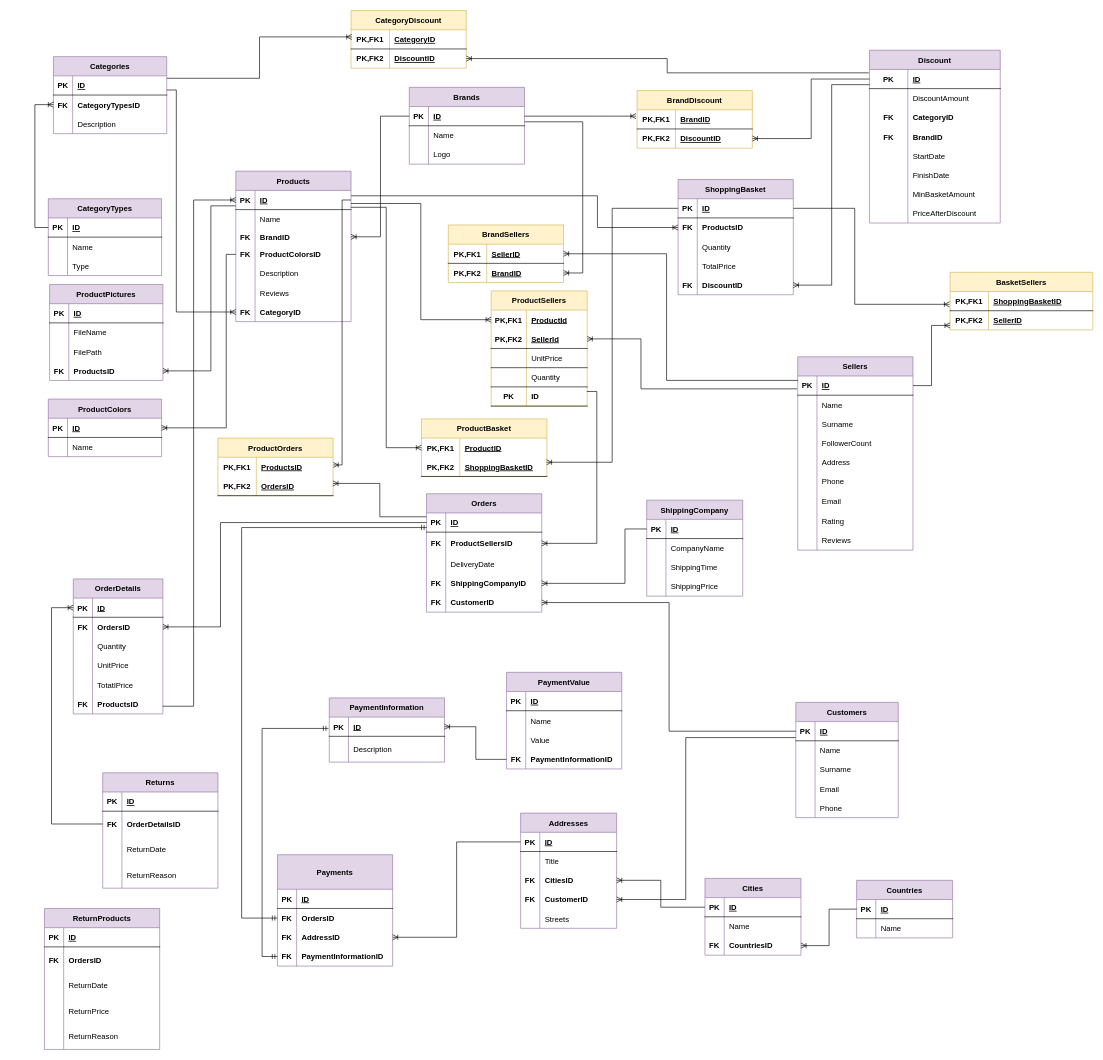
Earlier version of the draw.io diagram Son.drawio (HandeYetisen/Python). Source tidied: cells renumbered, new cells numbered last; positions are measured from the earlier drawing's top-left corner, leaving out a move shared by most shapes. Both pictures are drawn from the tidied source at 64%, with x=0, y=0 at pixel (35, 10).
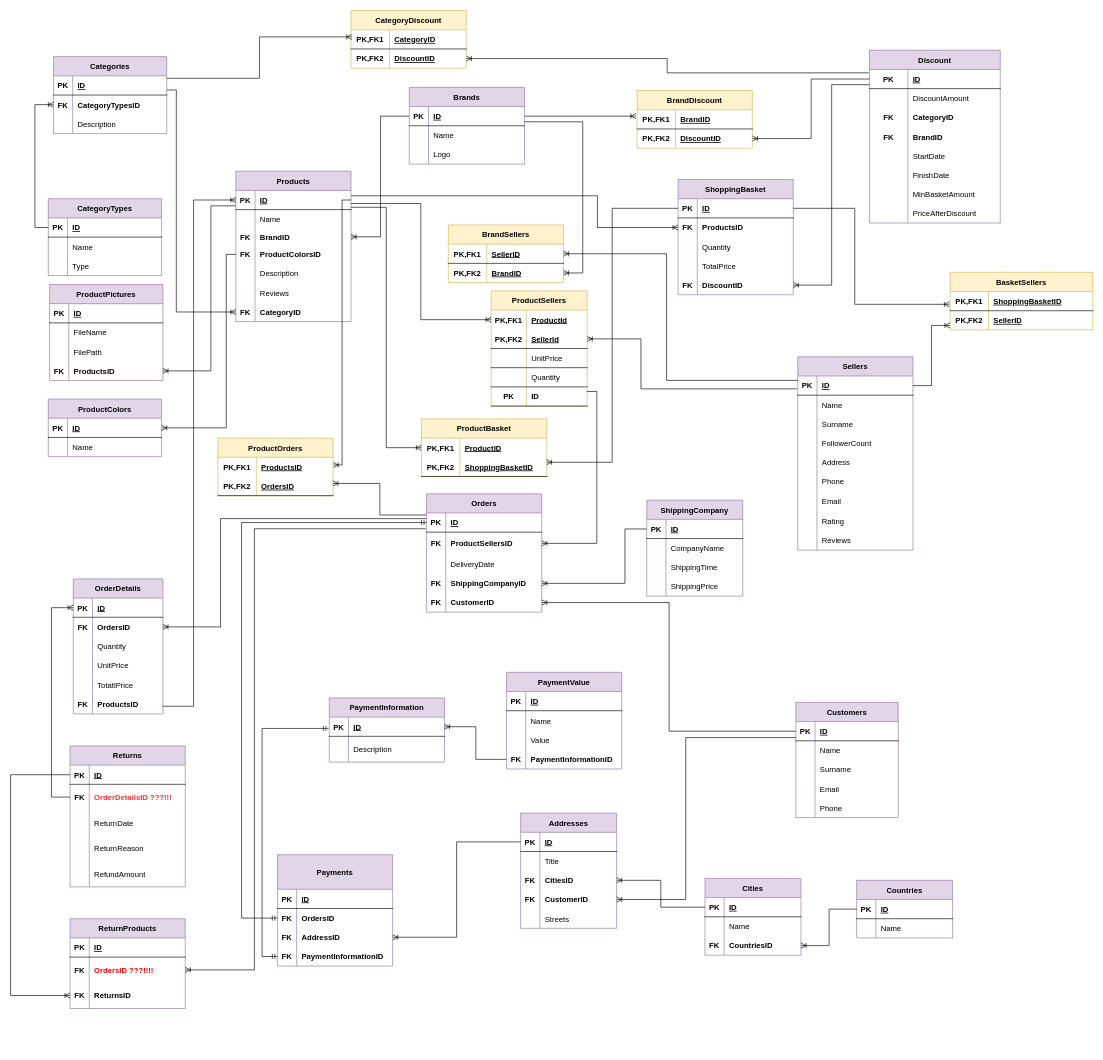
After the change.

The change refers to these unchanged cells:
```xml
<mxCell id="68" style="shape=tableRow;horizontal=0;startSize=0;swimlaneHead=0;swimlaneBody=0;fillColor=none;points=[[0,0.5],[1,0.5]];portConstraint=eastwest;top=0;left=0;right=0;bottom=1;" parent="67" vertex="1">
  <mxGeometry y="30" width="180" height="30" as="geometry" />
</mxCell>
<mxCell id="192" style="shape=tableRow;horizontal=0;startSize=0;swimlaneHead=0;swimlaneBody=0;fillColor=none;points=[[0,0.5],[1,0.5]];portConstraint=eastwest;top=0;left=0;right=0;bottom=0;" parent="188" vertex="1">
  <mxGeometry y="60" width="140" height="30" as="geometry" />
</mxCell>
<mxCell id="221" style="shape=tableRow;horizontal=0;startSize=0;swimlaneHead=0;swimlaneBody=0;fillColor=none;points=[[0,0.5],[1,0.5]];portConstraint=eastwest;top=0;left=0;right=0;bottom=0;" parent="217" vertex="1">
  <mxGeometry y="84" width="180" height="30" as="geometry" />
</mxCell>
<mxCell id="239" style="shape=tableRow;horizontal=0;startSize=0;swimlaneHead=0;swimlaneBody=0;fillColor=none;points=[[0,0.5],[1,0.5]];portConstraint=eastwest;top=0;left=0;right=0;bottom=1;fontColor=#0000FF;" parent="235" vertex="1">
  <mxGeometry y="60" width="180" height="30" as="geometry" />
</mxCell>
<mxCell id="368" style="shape=tableRow;horizontal=0;startSize=0;swimlaneHead=0;swimlaneBody=0;fillColor=none;points=[[0,0.5],[1,0.5]];portConstraint=eastwest;top=0;left=0;right=0;bottom=1;" parent="367" vertex="1">
  <mxGeometry y="30" width="180" height="30" as="geometry" />
</mxCell>
<mxCell id="371" style="shape=tableRow;horizontal=0;startSize=0;swimlaneHead=0;swimlaneBody=0;fillColor=none;points=[[0,0.5],[1,0.5]];portConstraint=eastwest;top=0;left=0;right=0;bottom=0;" parent="367" vertex="1">
  <mxGeometry y="60" width="180" height="40" as="geometry" />
</mxCell>
<mxCell id="385" style="shape=tableRow;horizontal=0;startSize=0;swimlaneHead=0;swimlaneBody=0;fillColor=none;points=[[0,0.5],[1,0.5]];portConstraint=eastwest;top=0;left=0;right=0;bottom=0;" parent="381" vertex="1">
  <mxGeometry y="60" width="180" height="40" as="geometry" />
</mxCell>
<mxCell id="388" style="shape=tableRow;horizontal=0;startSize=0;swimlaneHead=0;swimlaneBody=0;fillColor=none;points=[[0,0.5],[1,0.5]];portConstraint=eastwest;top=0;left=0;right=0;bottom=0;" parent="381" vertex="1">
  <mxGeometry y="100" width="180" height="40" as="geometry" />
</mxCell>
```

Change to the diagram source:
```diff
@@
-    <mxCell id="242" style="edgeStyle=elbowEdgeStyle;fontSize=12;html=1;endArrow=ERoneToMany;rounded=0;fontColor=#000000;exitX=-0.001;exitY=0.199;exitDx=0;exitDy=0;exitPerimeter=0;entryX=0.998;entryY=0.362;entryDx=0;entryDy=0;entryPerimeter=0;" parent="1" edge="1" source="68" target="239">
+    <mxCell id="242" style="edgeStyle=elbowEdgeStyle;fontSize=12;html=1;endArrow=ERoneToMany;rounded=0;fontColor=#000000;exitX=-0.002;exitY=0.106;exitDx=0;exitDy=0;exitPerimeter=0;entryX=0.998;entryY=0.362;entryDx=0;entryDy=0;entryPerimeter=0;" parent="1" edge="1" source="68" target="239">
       <mxGeometry relative="1" as="geometry" />
     </mxCell>
@@
-    <mxCell id="246" style="edgeStyle=elbowEdgeStyle;fontSize=12;html=1;endArrow=ERoneToMany;rounded=0;fontColor=#000000;entryX=1;entryY=0.5;entryDx=0;entryDy=0;exitX=0;exitY=0.5;exitDx=0;exitDy=0;" parent="1" edge="1" source="68" target="192">
+    <mxCell id="246" style="edgeStyle=elbowEdgeStyle;fontSize=12;html=1;endArrow=ERoneToMany;rounded=0;fontColor=#000000;entryX=1;entryY=0.5;entryDx=0;entryDy=0;exitX=-0.004;exitY=0.295;exitDx=0;exitDy=0;exitPerimeter=0;" parent="1" edge="1" source="68" target="192">
       <mxGeometry relative="1" as="geometry">
         <Array as="points">
           <mxPoint x="290" y="879" />
         </Array>
       </mxGeometry>
     </mxCell>
-    <mxCell id="247" style="edgeStyle=elbowEdgeStyle;fontSize=12;html=1;endArrow=ERmandOne;startArrow=ERmandOne;rounded=0;fontColor=#000000;entryX=0;entryY=0.5;entryDx=0;entryDy=0;exitX=0.001;exitY=0.76;exitDx=0;exitDy=0;exitPerimeter=0;" parent="1" edge="1" source="68" target="221">
+    <mxCell id="247" style="edgeStyle=elbowEdgeStyle;fontSize=12;html=1;endArrow=ERmandOne;startArrow=ERmandOne;rounded=0;fontColor=#000000;entryX=0;entryY=0.5;entryDx=0;entryDy=0;exitX=0;exitY=0.5;exitDx=0;exitDy=0;" parent="1" edge="1" source="68" target="221">
       <mxGeometry relative="1" as="geometry">
         <Array as="points">
           <mxPoint x="323" y="1170" />
         </Array>
       </mxGeometry>
     </mxCell>
@@
     <mxCell id="367" value="Returns" style="shape=table;startSize=30;childLayout=tableLayout;rowLines=0;fontStyle=1;align=center;fillColor=#e1d5e7;strokeColor=#9673a6;" parent="1" vertex="1">
-      <mxGeometry x="106" y="1191" width="180" height="180.3" as="geometry" />
+      <mxGeometry x="55" y="1149" width="180" height="220.3" as="geometry" />
     </mxCell>
@@
-    <mxCell id="373" value="OrderDetailsID" style="shape=partialRectangle;fillColor=none;top=0;left=0;bottom=0;right=0;align=left;spacingLeft=6;overflow=hidden;fontStyle=1;" parent="371" vertex="1">
+    <mxCell id="373" value="OrderDetailsID ???!!!" style="shape=partialRectangle;fillColor=none;top=0;left=0;bottom=0;right=0;align=left;spacingLeft=6;overflow=hidden;fontStyle=1;fontColor=#FF3333;" parent="371" vertex="1">
       <mxGeometry x="30" width="150" height="40" as="geometry" />
     </mxCell>
@@
+    <mxCell id="394" style="shape=tableRow;horizontal=0;startSize=0;swimlaneHead=0;swimlaneBody=0;fillColor=none;top=0;left=0;right=0;bottom=0;" parent="367" vertex="1">
+      <mxGeometry y="180" width="180" height="40" as="geometry" />
+    </mxCell>
+    <mxCell id="397" style="shape=partialRectangle;fillColor=none;top=0;left=0;bottom=0;right=0;overflow=hidden;fontStyle=1;" parent="394" vertex="1">
+      <mxGeometry width="30" height="40" as="geometry" />
+    </mxCell>
+    <mxCell id="398" value="RefundAmount" style="shape=partialRectangle;fillColor=none;top=0;left=0;bottom=0;right=0;align=left;spacingLeft=6;overflow=hidden;fontStyle=0;" parent="394" vertex="1">
+      <mxGeometry x="30" width="150" height="40" as="geometry" />
+    </mxCell>
@@
     <mxCell id="381" value="ReturnProducts" style="shape=table;startSize=30;childLayout=tableLayout;rowLines=0;fontStyle=1;align=center;fillColor=#e1d5e7;strokeColor=#9673a6;" parent="1" vertex="1">
-      <mxGeometry x="15" y="1403" width="180" height="220.3" as="geometry" />
+      <mxGeometry x="55" y="1419" width="180" height="140.3" as="geometry" />
     </mxCell>
@@
-    <mxCell id="387" value="OrdersID" style="shape=partialRectangle;fillColor=none;top=0;left=0;bottom=0;right=0;align=left;spacingLeft=6;overflow=hidden;fontStyle=1;" parent="385" vertex="1">
+    <mxCell id="387" value="OrdersID ???!!!!" style="shape=partialRectangle;fillColor=none;top=0;left=0;bottom=0;right=0;align=left;spacingLeft=6;overflow=hidden;fontStyle=1;fontColor=#FF0000;" parent="385" vertex="1">
       <mxGeometry x="30" width="150" height="40" as="geometry" />
     </mxCell>
@@
-    <mxCell id="389" style="shape=partialRectangle;fillColor=none;top=0;left=0;bottom=0;right=0;overflow=hidden;fontStyle=1;" parent="388" vertex="1">
+    <mxCell id="389" value="FK" style="shape=partialRectangle;fillColor=none;top=0;left=0;bottom=0;right=0;overflow=hidden;fontStyle=1;" parent="388" vertex="1">
       <mxGeometry width="30" height="40" as="geometry" />
     </mxCell>
-    <mxCell id="390" value="ReturnDate" style="shape=partialRectangle;fillColor=none;top=0;left=0;bottom=0;right=0;align=left;spacingLeft=6;overflow=hidden;fontStyle=0;" parent="388" vertex="1">
+    <mxCell id="390" value="ReturnsID" style="shape=partialRectangle;fillColor=none;top=0;left=0;bottom=0;right=0;align=left;spacingLeft=6;overflow=hidden;fontStyle=1;" parent="388" vertex="1">
       <mxGeometry x="30" width="150" height="40" as="geometry" />
     </mxCell>
-    <mxCell id="391" style="shape=tableRow;horizontal=0;startSize=0;swimlaneHead=0;swimlaneBody=0;fillColor=none;top=0;left=0;right=0;bottom=0;" parent="381" vertex="1">
-      <mxGeometry y="140" width="180" height="40" as="geometry" />
-    </mxCell>
-    <mxCell id="392" style="shape=partialRectangle;fillColor=none;top=0;left=0;bottom=0;right=0;overflow=hidden;fontStyle=1;" parent="391" vertex="1">
-      <mxGeometry width="30" height="40" as="geometry" />
-    </mxCell>
-    <mxCell id="393" value="ReturnPrice" style="shape=partialRectangle;fillColor=none;top=0;left=0;bottom=0;right=0;align=left;spacingLeft=6;overflow=hidden;fontStyle=0;" parent="391" vertex="1">
-      <mxGeometry x="30" width="150" height="40" as="geometry" />
-    </mxCell>
-    <mxCell id="394" style="shape=tableRow;horizontal=0;startSize=0;swimlaneHead=0;swimlaneBody=0;fillColor=none;top=0;left=0;right=0;bottom=0;" parent="381" vertex="1">
-      <mxGeometry y="180" width="180" height="40" as="geometry" />
-    </mxCell>
-    <mxCell id="395" style="shape=partialRectangle;fillColor=none;top=0;left=0;bottom=0;right=0;overflow=hidden;fontStyle=1;" parent="394" vertex="1">
-      <mxGeometry width="30" height="40" as="geometry" />
-    </mxCell>
-    <mxCell id="396" value="ReturnReason" style="shape=partialRectangle;fillColor=none;top=0;left=0;bottom=0;right=0;align=left;spacingLeft=6;overflow=hidden;fontStyle=0;" parent="394" vertex="1">
-      <mxGeometry x="30" width="150" height="40" as="geometry" />
-    </mxCell>
+    <mxCell id="399" style="edgeStyle=elbowEdgeStyle;fontSize=12;html=1;endArrow=ERoneToMany;rounded=0;exitX=-0.007;exitY=0.822;exitDx=0;exitDy=0;exitPerimeter=0;entryX=1;entryY=0.5;entryDx=0;entryDy=0;" parent="1" edge="1" source="68" target="385">
+      <mxGeometry relative="1" as="geometry">
+        <Array as="points">
+          <mxPoint x="343" y="1158" />
+        </Array>
+      </mxGeometry>
+    </mxCell>
+    <mxCell id="400" style="edgeStyle=elbowEdgeStyle;fontSize=12;html=1;endArrow=ERoneToMany;rounded=0;exitX=0;exitY=0.5;exitDx=0;exitDy=0;entryX=0;entryY=0.5;entryDx=0;entryDy=0;" parent="1" edge="1" source="368" target="388">
+      <mxGeometry relative="1" as="geometry">
+        <Array as="points">
+          <mxPoint x="-38" y="1347" />
+        </Array>
+      </mxGeometry>
+    </mxCell>
```
